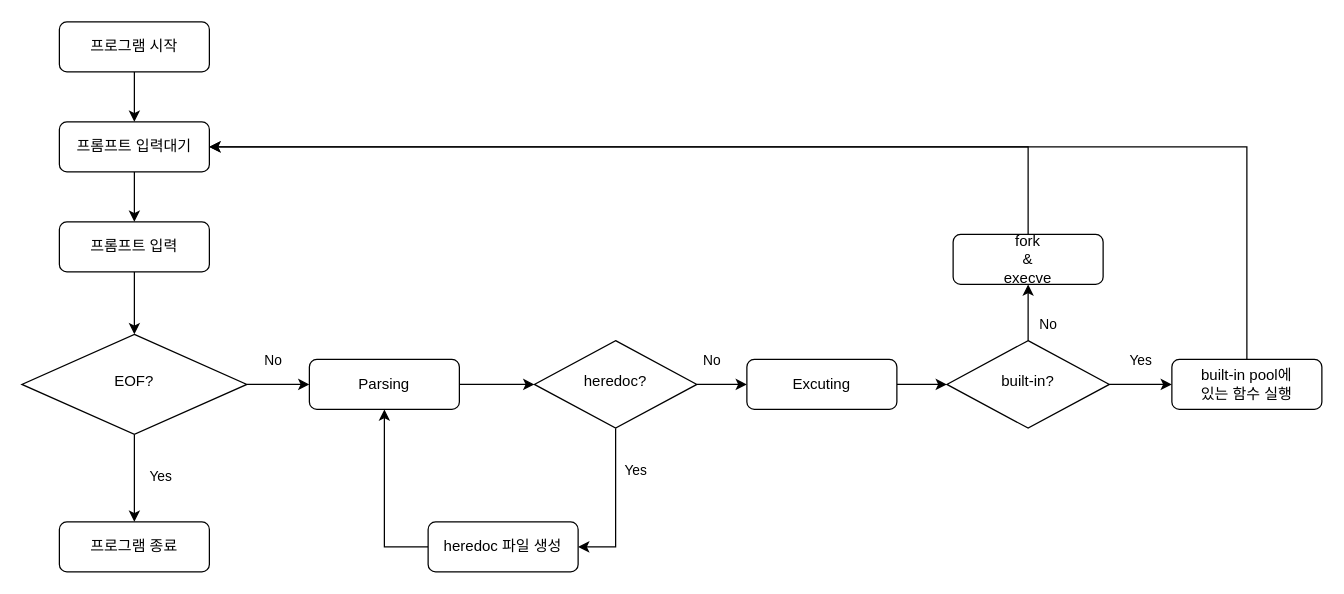
The draw.io diagram 3_3_minishell/data/simple.drawio in songdaegeun/42seoul_from_2_3, before the edit. Source tidied: cells renumbered, new cells numbered last; positions are measured from the earlier drawing's top-left corner, leaving out a move shared by most shapes. Both pictures are drawn from the tidied source at 125%, with x=0, y=0 at pixel (21, 21).
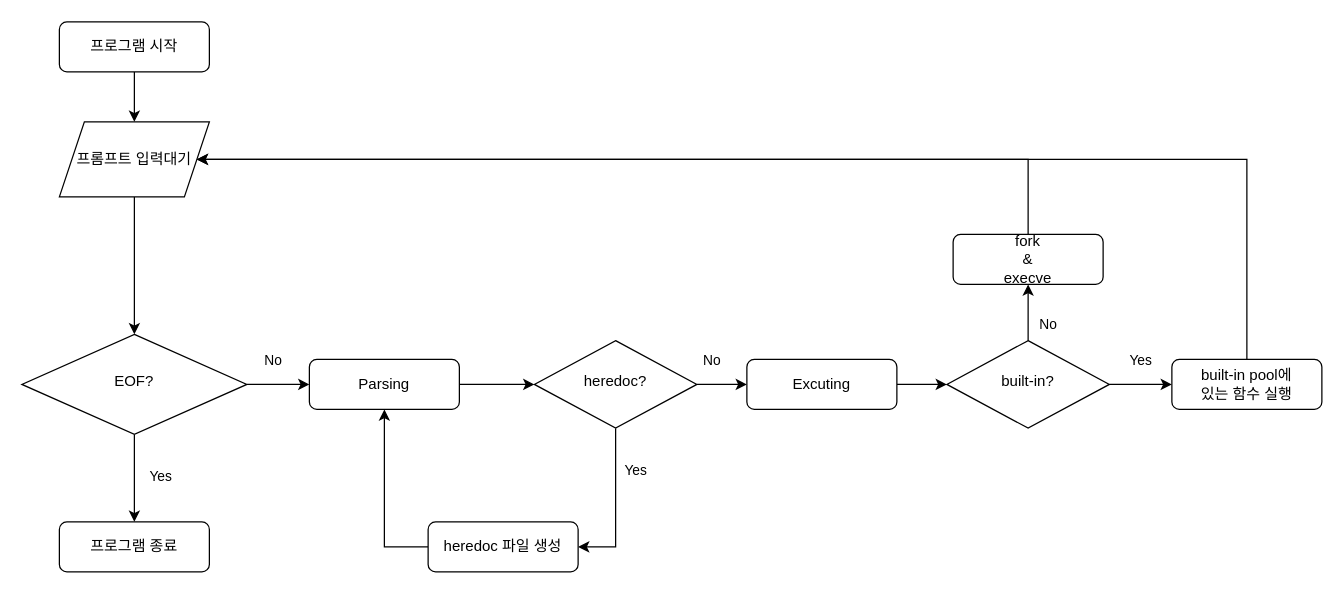
After the change.

Unchanged cells that the change refers to:
```xml
<mxCell id="3" value="프로그램 시작" style="rounded=1;whiteSpace=wrap;html=1;fontSize=12;glass=0;strokeWidth=1;shadow=0;" parent="1" vertex="1">
  <mxGeometry x="30" width="120" height="40" as="geometry" />
</mxCell>
<mxCell id="10" value="EOF?" style="rhombus;whiteSpace=wrap;html=1;shadow=0;fontFamily=Helvetica;fontSize=12;align=center;strokeWidth=1;spacing=6;spacingTop=-4;" parent="1" vertex="1">
  <mxGeometry y="250" width="180" height="80" as="geometry" />
</mxCell>
<mxCell id="26" value="built-in pool에 &lt;br&gt;있는 함수 실행" style="rounded=1;whiteSpace=wrap;html=1;fontSize=12;glass=0;strokeWidth=1;shadow=0;" parent="1" vertex="1">
  <mxGeometry x="920" y="270" width="120" height="40" as="geometry" />
</mxCell>
<mxCell id="33" value="fork&lt;br&gt;&amp;amp;&lt;br&gt;execve" style="rounded=1;whiteSpace=wrap;html=1;fontSize=12;glass=0;strokeWidth=1;shadow=0;" parent="1" vertex="1">
  <mxGeometry x="745" y="170" width="120" height="40" as="geometry" />
</mxCell>
```

Change to the diagram source:
```diff
@@
-    <mxCell id="2" style="edgeStyle=orthogonalEdgeStyle;rounded=0;jettySize=auto;html=1;exitX=0.5;exitY=1;exitDx=0;exitDy=0;entryX=0.5;entryY=0;entryDx=0;entryDy=0;" parent="1" edge="1" source="3" target="5">
+    <mxCell id="2" style="edgeStyle=orthogonalEdgeStyle;rounded=0;jettySize=auto;html=1;entryX=0.5;entryY=0;entryDx=0;entryDy=0;" parent="1" edge="1" source="3" target="5">
       <mxGeometry relative="1" as="geometry" />
     </mxCell>
@@
-    <mxCell id="4" style="edgeStyle=orthogonalEdgeStyle;rounded=0;jettySize=auto;html=1;entryX=0.5;entryY=0;entryDx=0;entryDy=0;" parent="1" edge="1" source="5" target="15">
-      <mxGeometry relative="1" as="geometry" />
+    <mxCell id="4" style="edgeStyle=orthogonalEdgeStyle;rounded=0;orthogonalLoop=1;jettySize=auto;html=1;entryX=0.5;entryY=0;entryDx=0;entryDy=0;" parent="1" edge="1">
+      <mxGeometry relative="1" as="geometry">
+        <mxPoint x="90" y="160" as="targetPoint" />
+      </mxGeometry>
     </mxCell>
-    <mxCell id="5" value="프롬프트 입력대기" style="rounded=1;whiteSpace=wrap;html=1;fontSize=12;glass=0;strokeWidth=1;shadow=0;" parent="1" vertex="1">
-      <mxGeometry x="30" y="80" width="120" height="40" as="geometry" />
-    </mxCell>
@@
-    <mxCell id="14" style="edgeStyle=orthogonalEdgeStyle;rounded=0;jettySize=auto;html=1;exitX=0.5;exitY=1;exitDx=0;exitDy=0;entryX=0.5;entryY=0;entryDx=0;entryDy=0;" parent="1" edge="1" source="15" target="10">
-      <mxGeometry relative="1" as="geometry" />
-    </mxCell>
-    <mxCell id="15" value="프롬프트 입력" style="rounded=1;whiteSpace=wrap;html=1;fontSize=12;glass=0;strokeWidth=1;shadow=0;" parent="1" vertex="1">
-      <mxGeometry x="30" y="160" width="120" height="40" as="geometry" />
-    </mxCell>
@@
     <mxCell id="25" style="edgeStyle=orthogonalEdgeStyle;rounded=0;jettySize=auto;html=1;entryX=1;entryY=0.5;entryDx=0;entryDy=0;" parent="1" edge="1" source="26" target="5">
       <mxGeometry relative="1" as="geometry">
         <Array as="points">
-          <mxPoint x="980" y="100" />
+          <mxPoint x="980" y="110" />
         </Array>
       </mxGeometry>
     </mxCell>
@@
     <mxCell id="32" style="edgeStyle=orthogonalEdgeStyle;rounded=0;jettySize=auto;html=1;entryX=1;entryY=0.5;entryDx=0;entryDy=0;" parent="1" edge="1" source="33" target="5">
       <mxGeometry relative="1" as="geometry">
         <Array as="points">
-          <mxPoint x="805" y="100" />
+          <mxPoint x="805" y="110" />
         </Array>
       </mxGeometry>
     </mxCell>
@@
+    <mxCell id="34" style="edgeStyle=orthogonalEdgeStyle;rounded=0;jettySize=auto;html=1;" parent="1" edge="1" source="5" target="10">
+      <mxGeometry relative="1" as="geometry" />
+    </mxCell>
+    <mxCell id="5" value="프롬프트 입력대기" style="shape=parallelogram;perimeter=parallelogramPerimeter;whiteSpace=wrap;html=1;fixedSize=1;" parent="1" vertex="1">
+      <mxGeometry x="30" y="80" width="120" height="60" as="geometry" />
+    </mxCell>
```
